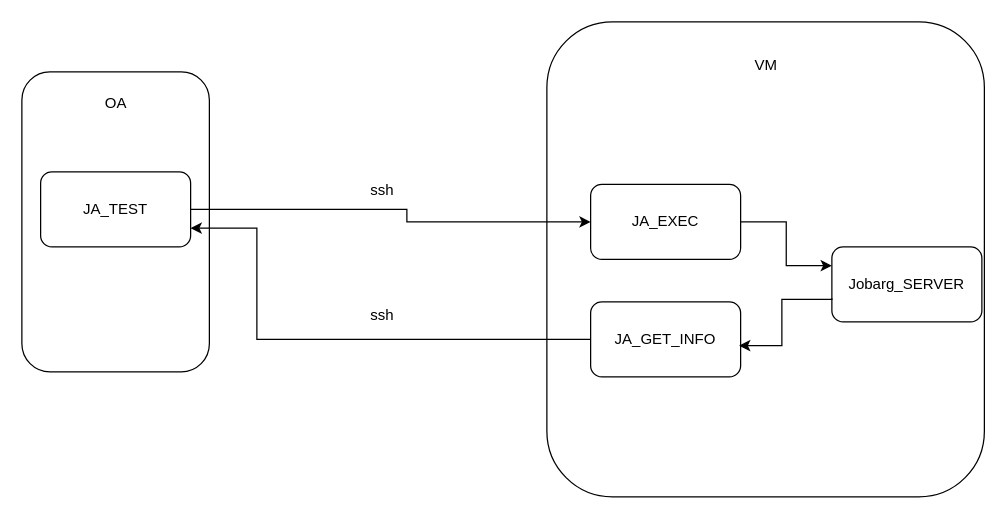
Earlier version of the draw.io diagram doc/ja_test.drawio (zukigit/remote_run-go). Source tidied: cells renumbered, new cells numbered last; positions are measured from the earlier drawing's top-left corner, leaving out a move shared by most shapes. Both pictures are drawn from the tidied source at 125%, with x=0, y=0 at pixel (21, 21).
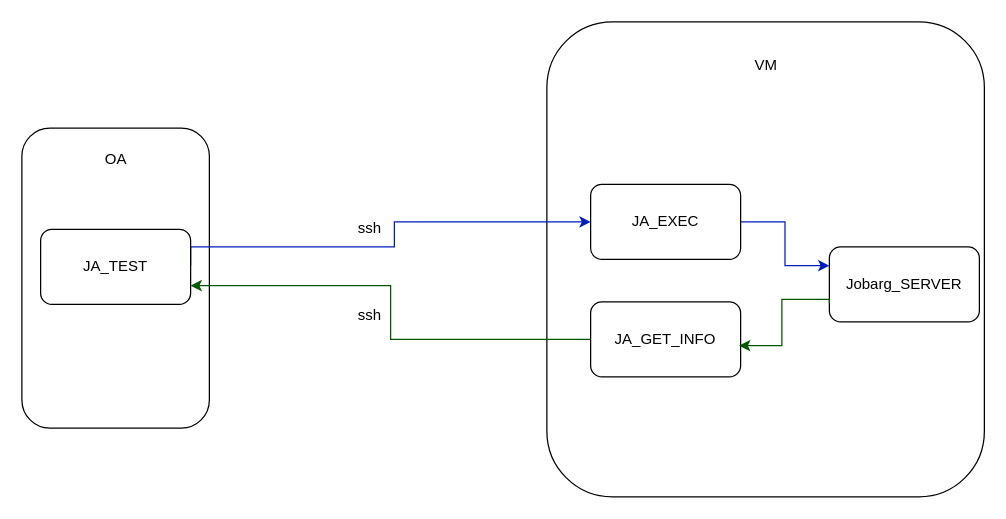
Above is the later version.

Unchanged cells that the change refers to:
```xml
<mxCell id="11" value="JA_EXEC" style="rounded=1;whiteSpace=wrap;html=1;" parent="1" vertex="1">
  <mxGeometry x="455" y="130" width="120" height="60" as="geometry" />
</mxCell>
<mxCell id="13" value="&lt;div&gt;JA_GET_INFO&lt;/div&gt;" style="rounded=1;whiteSpace=wrap;html=1;" parent="1" vertex="1">
  <mxGeometry x="455" y="224" width="120" height="60" as="geometry" />
</mxCell>
```

Change to the diagram source:
```diff
@@
     <mxCell id="3" value="&lt;div align=&quot;center&quot;&gt;&lt;br&gt;&lt;/div&gt;" style="rounded=1;whiteSpace=wrap;html=1;" parent="1" vertex="1">
-      <mxGeometry y="40" width="150" height="240" as="geometry" />
+      <mxGeometry y="85" width="150" height="240" as="geometry" />
     </mxCell>
-    <mxCell id="4" style="edgeStyle=orthogonalEdgeStyle;rounded=0;jettySize=auto;html=1;exitX=1;exitY=0.5;exitDx=0;exitDy=0;entryX=0;entryY=0.5;entryDx=0;entryDy=0;" parent="1" edge="1" source="5" target="11">
-      <mxGeometry relative="1" as="geometry">
-        <Array as="points">
-          <mxPoint x="308" y="150" />
-          <mxPoint x="308" y="160" />
-        </Array>
-      </mxGeometry>
-    </mxCell>
+    <mxCell id="16" style="edgeStyle=orthogonalEdgeStyle;rounded=0;orthogonalLoop=1;jettySize=auto;html=1;entryX=0;entryY=0.5;entryDx=0;entryDy=0;fillColor=#0050ef;strokeColor=#001DBC;" parent="1" edge="1">
+      <mxGeometry relative="1" as="geometry">
+        <mxPoint x="135" y="195" as="sourcePoint" />
+        <mxPoint x="455" y="160" as="targetPoint" />
+        <Array as="points">
+          <mxPoint x="135" y="180" />
+          <mxPoint x="298" y="180" />
+          <mxPoint x="298" y="160" />
+        </Array>
+      </mxGeometry>
+    </mxCell>
     <mxCell id="5" value="JA_TEST" style="rounded=1;whiteSpace=wrap;html=1;" parent="1" vertex="1">
-      <mxGeometry x="15" y="120" width="120" height="60" as="geometry" />
+      <mxGeometry x="15" y="166" width="120" height="60" as="geometry" />
     </mxCell>
     <mxCell id="6" value="OA" style="text;html=1;align=center;verticalAlign=middle;strokeColor=none;fillColor=none;" parent="1" vertex="1">
-      <mxGeometry x="55" y="50" width="40" height="30" as="geometry" />
+      <mxGeometry x="55" y="95" width="40" height="30" as="geometry" />
     </mxCell>
@@
     <mxCell id="8" value="Jobarg_SERVER" style="rounded=1;whiteSpace=wrap;html=1;" parent="1" vertex="1">
-      <mxGeometry x="648" y="180" width="120" height="60" as="geometry" />
+      <mxGeometry x="646" y="180" width="120" height="60" as="geometry" />
     </mxCell>
     <mxCell id="9" value="ssh" style="text;html=1;align=center;verticalAlign=middle;strokeColor=none;fillColor=none;" parent="1" vertex="1">
-      <mxGeometry x="268" y="120" width="40" height="30" as="geometry" />
+      <mxGeometry x="258" y="150" width="40" height="30" as="geometry" />
     </mxCell>
-    <mxCell id="10" style="edgeStyle=orthogonalEdgeStyle;rounded=0;jettySize=auto;html=1;entryX=0;entryY=0.25;entryDx=0;entryDy=0;" parent="1" edge="1" source="11" target="8">
+    <mxCell id="10" style="edgeStyle=orthogonalEdgeStyle;rounded=0;jettySize=auto;html=1;entryX=0;entryY=0.25;entryDx=0;entryDy=0;fillColor=#0050ef;strokeColor=#001DBC;" parent="1" edge="1" source="11" target="8">
       <mxGeometry relative="1" as="geometry" />
     </mxCell>
@@
-    <mxCell id="12" style="edgeStyle=orthogonalEdgeStyle;rounded=0;jettySize=auto;html=1;entryX=1;entryY=0.75;entryDx=0;entryDy=0;" parent="1" edge="1" source="13" target="5">
-      <mxGeometry relative="1" as="geometry">
-        <Array as="points">
-          <mxPoint x="188" y="254" />
-          <mxPoint x="188" y="165" />
-        </Array>
-      </mxGeometry>
+    <mxCell id="12" style="edgeStyle=orthogonalEdgeStyle;rounded=0;jettySize=auto;html=1;entryX=1;entryY=0.75;entryDx=0;entryDy=0;fillColor=#008a00;strokeColor=#005700;" parent="1" edge="1" source="13" target="5">
+      <mxGeometry relative="1" as="geometry" />
     </mxCell>
@@
-    <mxCell id="14" style="edgeStyle=orthogonalEdgeStyle;rounded=0;orthogonalLoop=1;jettySize=auto;html=1;entryX=0.99;entryY=0.4;entryDx=0;entryDy=0;entryPerimeter=0;" parent="1" edge="1">
+    <mxCell id="14" style="edgeStyle=orthogonalEdgeStyle;rounded=0;jettySize=auto;html=1;entryX=0.99;entryY=0.4;entryDx=0;entryDy=0;entryPerimeter=0;fillColor=#008a00;strokeColor=#005700;exitX=0;exitY=0.75;exitDx=0;exitDy=0;" parent="1" edge="1" source="8">
       <mxGeometry relative="1" as="geometry">
-        <mxPoint x="648" y="221" as="sourcePoint" />
         <mxPoint x="573.8" y="259" as="targetPoint" />
         <Array as="points">
+          <mxPoint x="646" y="222" />
           <mxPoint x="608" y="222" />
           <mxPoint x="608" y="259" />
         </Array>
       </mxGeometry>
     </mxCell>
     <mxCell id="15" value="ssh" style="text;html=1;align=center;verticalAlign=middle;strokeColor=none;fillColor=none;" parent="1" vertex="1">
-      <mxGeometry x="268" y="220" width="40" height="30" as="geometry" />
+      <mxGeometry x="258" y="220" width="40" height="30" as="geometry" />
     </mxCell>
```
